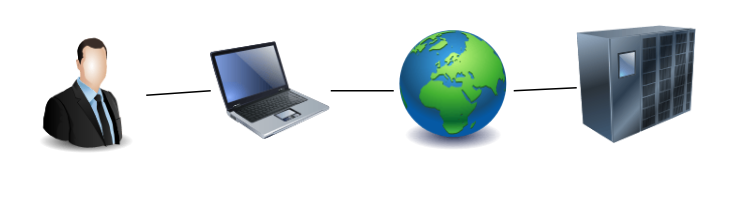
Above: 睡眠アプリ_システム全体図.drawio in purocone/- (draw.io), before the change. Source tidied: cells renumbered, new cells numbered last; positions are measured from the earlier drawing's top-left corner, leaving out a move shared by most shapes. Both pictures are drawn from the tidied source at 150%, with x=0, y=0 at pixel (26, 24).
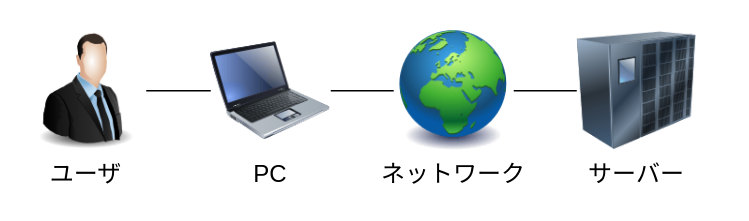
The same diagram, later.

Commit message (it also covers changes not shown here):
睡眠アプリ_システム全体図.drawio を更新します

Change to the diagram source:
```diff
@@
 <mxGraphModel>
   <root>
     <mxCell id="0" />
     <mxCell id="1" parent="0" />
     <mxCell id="2" style="image;html=1;image=img/lib/clip_art/computers/Laptop_128x128.png;" parent="1" vertex="1">
       <mxGeometry x="123" y="4" width="80" height="80" as="geometry" />
     </mxCell>
     <mxCell id="3" style="image;html=1;image=img/lib/clip_art/general/Earth_globe_128x128.png;" parent="1" vertex="1">
       <mxGeometry x="245" y="4" width="80" height="80" as="geometry" />
     </mxCell>
     <mxCell id="4" style="image;html=1;image=img/lib/clip_art/people/Suit_Man_128x128.png;" parent="1" vertex="1">
-      <mxGeometry y="7" width="80" height="80" as="geometry" />
+      <mxGeometry y="4" width="80" height="80" as="geometry" />
     </mxCell>
     <mxCell id="5" style="image;html=1;image=img/lib/clip_art/networking/UPS_128x128.png;" parent="1" vertex="1">
-      <mxGeometry x="367" width="80" height="80" as="geometry" />
+      <mxGeometry x="367" y="4" width="80" height="80" as="geometry" />
     </mxCell>
     <mxCell id="6" style="endArrow=none;html=1;rounded=0;fontSize=12;startSize=8;endSize=8;curved=1;entryX=1;entryY=0.5;entryDx=0;entryDy=0;exitX=0;exitY=0.5;exitDx=0;exitDy=0;" parent="1" edge="1" source="2" target="4">
       <mxGeometry relative="1" as="geometry" />
     </mxCell>
     <mxCell id="7" style="endArrow=none;html=1;rounded=0;fontSize=12;startSize=8;endSize=8;curved=1;exitX=1;exitY=0.5;exitDx=0;exitDy=0;" parent="1" edge="1" source="2" target="3">
       <mxGeometry relative="1" as="geometry" />
     </mxCell>
     <mxCell id="8" style="endArrow=none;html=1;rounded=0;fontSize=12;startSize=8;endSize=8;curved=1;exitX=1;exitY=0.5;exitDx=0;exitDy=0;" parent="1" edge="1" source="3" target="5">
       <mxGeometry relative="1" as="geometry" />
     </mxCell>
+    <mxCell id="9" value="ユーザ" style="text;strokeColor=none;fillColor=none;html=1;align=center;verticalAlign=middle;whiteSpace=wrap;rounded=0;fontSize=16;" parent="1" vertex="1">
+      <mxGeometry x="10" y="84" width="60" height="30" as="geometry" />
+    </mxCell>
+    <mxCell id="10" value="PC" style="text;strokeColor=none;fillColor=none;html=1;align=center;verticalAlign=middle;whiteSpace=wrap;rounded=0;fontSize=16;" parent="1" vertex="1">
+      <mxGeometry x="133" y="84" width="60" height="30" as="geometry" />
+    </mxCell>
+    <mxCell id="11" value="ネットワーク" style="text;strokeColor=none;fillColor=none;html=1;align=center;verticalAlign=middle;whiteSpace=wrap;rounded=0;fontSize=16;" parent="1" vertex="1">
+      <mxGeometry x="227" y="84" width="116" height="30" as="geometry" />
+    </mxCell>
+    <mxCell id="12" value="サーバー" style="text;strokeColor=none;fillColor=none;html=1;align=center;verticalAlign=middle;whiteSpace=wrap;rounded=0;fontSize=16;" parent="1" vertex="1">
+      <mxGeometry x="349" y="84" width="116" height="30" as="geometry" />
+    </mxCell>
   </root>
 </mxGraphModel>
```
